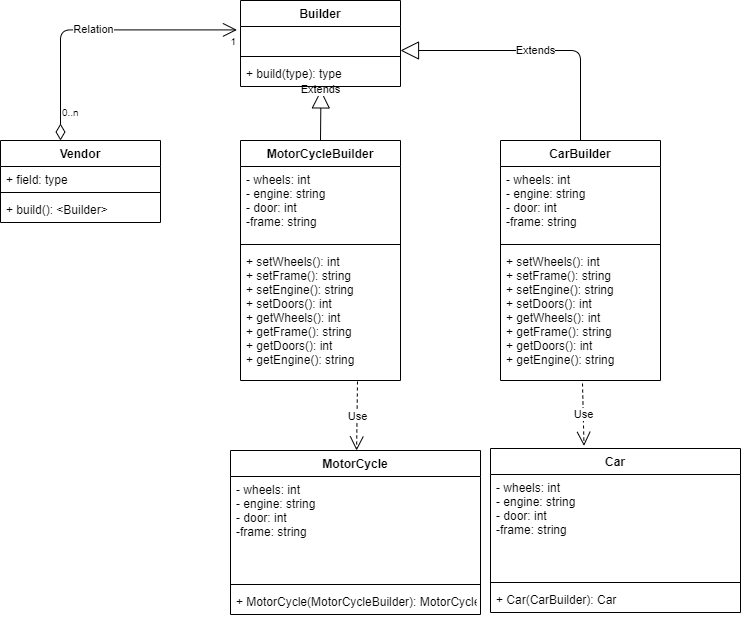
This is design-patterns/Builder-NodeJS/Builder.png from ChicoState/DesignAndMaintenance, a draw.io export, as it was before one commit. Source tidied: cells renumbered, new cells last; positions are measured from the earlier drawing's top-left corner, leaving out a move shared by most shapes.
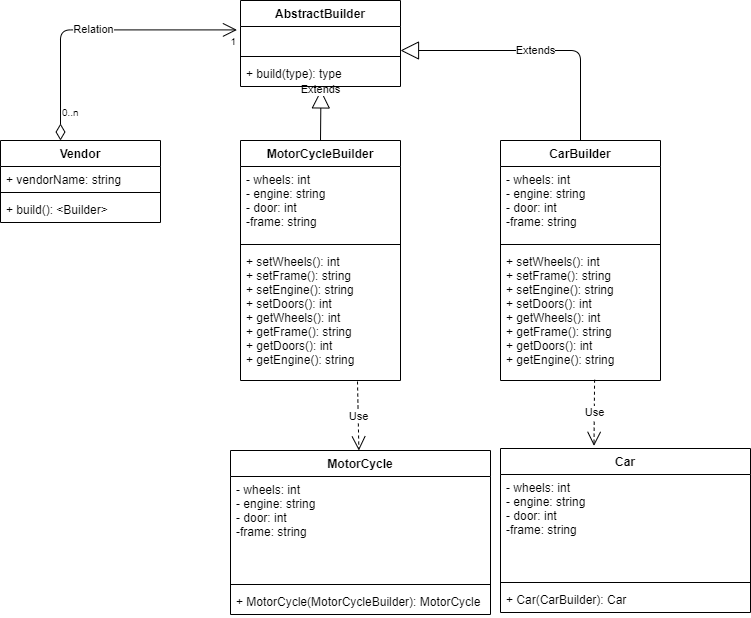
Above is the later version.

Commit message:
Initial commit design pattern- edited diagram and files correction

Diff of the diagram source:
```diff
@@ -5,7 +5,7 @@
     <mxCell id="2" value="Vendor" style="swimlane;fontStyle=1;align=center;verticalAlign=top;horizontal=1;startSize=26;" parent="1" vertex="1">
       <mxGeometry y="140" width="160" height="82" as="geometry" />
     </mxCell>
-    <mxCell id="3" value="+ field: type" style="text;strokeColor=none;fillColor=none;align=left;verticalAlign=top;spacingLeft=4;spacingRight=4;overflow=hidden;" parent="2" vertex="1">
+    <mxCell id="3" value="+ vendorName: string" style="text;strokeColor=none;fillColor=none;align=left;verticalAlign=top;spacingLeft=4;spacingRight=4;overflow=hidden;" parent="2" vertex="1">
       <mxGeometry y="26" width="160" height="22" as="geometry" />
     </mxCell>
     <mxCell id="4" style="line;strokeWidth=1;fillColor=none;align=left;verticalAlign=middle;spacingTop=-1;spacingLeft=3;spacingRight=3;labelPosition=right;" parent="2" vertex="1">
@@ -54,7 +54,7 @@
     <mxCell id="17" value="Extends" style="endArrow=block;endSize=16;endFill=0;html=1;entryX=0.503;entryY=1.131;entryDx=0;entryDy=0;entryPerimeter=0;exitX=0.5;exitY=0;exitDx=0;exitDy=0;" parent="1" edge="1" source="10" target="21">
       <mxGeometry x="1" relative="1" as="geometry" />
     </mxCell>
-    <mxCell id="18" value="Builder" style="swimlane;fontStyle=1;align=center;verticalAlign=top;horizontal=1;startSize=26;" parent="1" vertex="1">
+    <mxCell id="18" value="AbstractBuilder" style="swimlane;fontStyle=1;align=center;verticalAlign=top;horizontal=1;startSize=26;" parent="1" vertex="1">
       <mxGeometry x="240" width="160" height="86" as="geometry" />
     </mxCell>
     <mxCell id="19" value=" " style="text;strokeColor=none;fillColor=none;align=left;verticalAlign=top;spacingLeft=4;spacingRight=4;overflow=hidden;points=[[0,0.5],[1,0.5]];portConstraint=eastwest;" parent="18" vertex="1">
@@ -79,28 +79,26 @@
         <mxPoint x="357" y="381" as="sourcePoint" />
       </mxGeometry>
     </mxCell>
-    <mxCell id="24" value="Use" style="endArrow=open;endSize=12;dashed=1;html=1;entryX=0.374;entryY=-0.016;entryDx=0;entryDy=0;entryPerimeter=0;" parent="1" edge="1" target="30">
-      <mxGeometry relative="1" as="geometry">
-        <mxPoint x="582" y="383" as="sourcePoint" />
-      </mxGeometry>
+    <mxCell id="24" value="Use" style="endArrow=open;endSize=12;dashed=1;html=1;entryX=0.374;entryY=-0.016;entryDx=0;entryDy=0;entryPerimeter=0;exitX=0.588;exitY=0.994;exitDx=0;exitDy=0;exitPerimeter=0;" parent="1" edge="1" source="9" target="30">
+      <mxGeometry relative="1" as="geometry" />
     </mxCell>
     <mxCell id="25" value="MotorCycle" style="swimlane;fontStyle=1;align=center;verticalAlign=top;horizontal=1;startSize=26;" parent="1" vertex="1">
-      <mxGeometry x="230" y="450" width="250" height="164" as="geometry" />
+      <mxGeometry x="230" y="450" width="260" height="164" as="geometry" />
     </mxCell>
     <mxCell id="26" value="- wheels: int&#10;- engine: string&#10;- door: int&#10;-frame: string&#10;&#10;&#10;&#10;" style="text;strokeColor=none;fillColor=none;align=left;verticalAlign=top;spacingLeft=4;spacingRight=4;overflow=hidden;" parent="25" vertex="1">
-      <mxGeometry y="26" width="250" height="104" as="geometry" />
+      <mxGeometry y="26" width="260" height="104" as="geometry" />
     </mxCell>
     <mxCell id="27" style="line;strokeWidth=1;fillColor=none;align=left;verticalAlign=middle;spacingTop=-1;spacingLeft=3;spacingRight=3;labelPosition=right;" parent="25" vertex="1">
-      <mxGeometry y="130" width="250" height="8" as="geometry" />
+      <mxGeometry y="130" width="260" height="8" as="geometry" />
     </mxCell>
     <mxCell id="28" value="+ MotorCycle(MotorCycleBuilder): MotorCycle" style="text;strokeColor=none;fillColor=none;align=left;verticalAlign=top;spacingLeft=4;spacingRight=4;overflow=hidden;" parent="25" vertex="1">
-      <mxGeometry y="138" width="250" height="26" as="geometry" />
+      <mxGeometry y="138" width="260" height="26" as="geometry" />
     </mxCell>
     <mxCell id="29" value="&lt;span style=&quot;color: rgba(0 , 0 , 0 , 0) ; font-family: monospace ; font-size: 0px&quot;&gt;%3CmxGraphModel%3E%3Croot%3E%3CmxCell%20id%3D%220%22%2F%3E%3CmxCell%20id%3D%221%22%20parent%3D%220%22%2F%3E%3CmxCell%20id%3D%222%22%20value%3D%22MotorCycle%22%20style%3D%22swimlane%3BfontStyle%3D1%3Balign%3Dcenter%3BverticalAlign%3Dtop%3BchildLayout%3DstackLayout%3Bhorizontal%3D1%3BstartSize%3D26%3BhorizontalStack%3D0%3BresizeParent%3D1%3BresizeParentMax%3D0%3BresizeLast%3D0%3Bcollapsible%3D1%3BmarginBottom%3D0%3B%22%20vertex%3D%221%22%20parent%3D%221%22%3E%3CmxGeometry%20x%3D%22350%22%20y%3D%22470%22%20width%3D%22250%22%20height%3D%22164%22%20as%3D%22geometry%22%2F%3E%3C%2FmxCell%3E%3CmxCell%20id%3D%223%22%20value%3D%22-%20wheels%3A%20int%26%2310%3B-%20engine%3A%20string%26%2310%3B-%20door%3A%20int%26%2310%3B-frame%3A%20string%26%2310%3B%26%2310%3B%26%2310%3B%26%2310%3B%22%20style%3D%22text%3BstrokeColor%3Dnone%3BfillColor%3Dnone%3Balign%3Dleft%3BverticalAlign%3Dtop%3BspacingLeft%3D4%3BspacingRight%3D4%3Boverflow%3Dhidden%3Brotatable%3D0%3Bpoints%3D%5B%5B0%2C0.5%5D%2C%5B1%2C0.5%5D%5D%3BportConstraint%3Deastwest%3B%22%20vertex%3D%221%22%20parent%3D%222%22%3E%3CmxGeometry%20y%3D%2226%22%20width%3D%22250%22%20height%3D%22104%22%20as%3D%22geometry%22%2F%3E%3C%2FmxCell%3E%3CmxCell%20id%3D%224%22%20value%3D%22%22%20style%3D%22line%3BstrokeWidth%3D1%3BfillColor%3Dnone%3Balign%3Dleft%3BverticalAlign%3Dmiddle%3BspacingTop%3D-1%3BspacingLeft%3D3%3BspacingRight%3D3%3Brotatable%3D0%3BlabelPosition%3Dright%3Bpoints%3D%5B%5D%3BportConstraint%3Deastwest%3B%22%20vertex%3D%221%22%20parent%3D%222%22%3E%3CmxGeometry%20y%3D%22130%22%20width%3D%22250%22%20height%3D%228%22%20as%3D%22geometry%22%2F%3E%3C%2FmxCell%3E%3CmxCell%20id%3D%225%22%20value%3D%22%2B%20MotorCycle(MotorCycleBuilder)%3A%20MotorCycle%22%20style%3D%22text%3BstrokeColor%3Dnone%3BfillColor%3Dnone%3Balign%3Dleft%3BverticalAlign%3Dtop%3BspacingLeft%3D4%3BspacingRight%3D4%3Boverflow%3Dhidden%3Brotatable%3D0%3Bpoints%3D%5B%5B0%2C0.5%5D%2C%5B1%2C0.5%5D%5D%3BportConstraint%3Deastwest%3B%22%20vertex%3D%221%22%20parent%3D%222%22%3E%3CmxGeometry%20y%3D%22138%22%20width%3D%22250%22%20height%3D%2226%22%20as%3D%22geometry%22%2F%3E%3C%2FmxCell%3E%3C%2Froot%3E%3C%2FmxGraphModel%3E&lt;/span&gt;" style="text;html=1;align=center;verticalAlign=middle;" parent="1" vertex="1">
       <mxGeometry x="545" y="504" width="20" height="20" as="geometry" />
     </mxCell>
     <mxCell id="30" value="Car" style="swimlane;fontStyle=1;align=center;verticalAlign=top;horizontal=1;startSize=26;" parent="1" vertex="1">
-      <mxGeometry x="490" y="448" width="250" height="164" as="geometry" />
+      <mxGeometry x="500" y="448" width="250" height="164" as="geometry" />
     </mxCell>
     <mxCell id="31" value="- wheels: int&#10;- engine: string&#10;- door: int&#10;-frame: string&#10;&#10;&#10;&#10;" style="text;strokeColor=none;fillColor=none;align=left;verticalAlign=top;spacingLeft=4;spacingRight=4;overflow=hidden;" parent="30" vertex="1">
       <mxGeometry y="26" width="250" height="104" as="geometry" />
```
